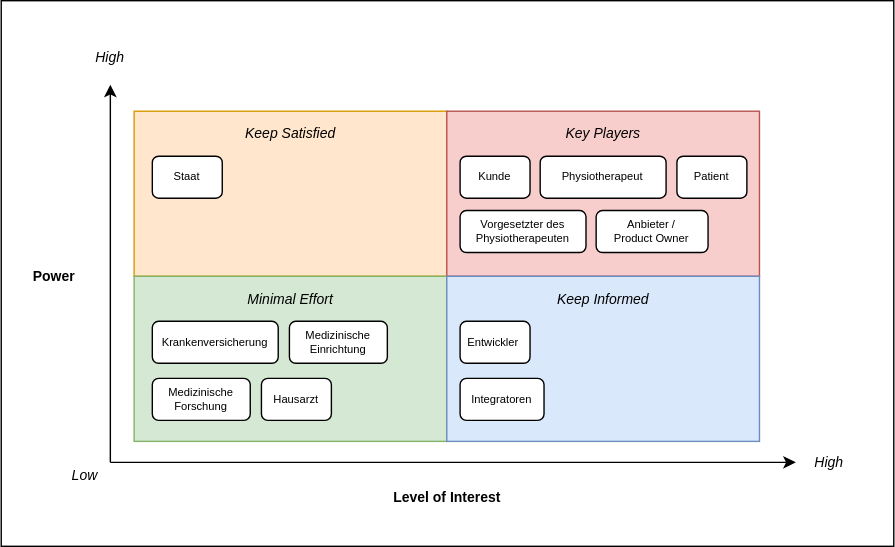
Above: brainstorming_mk/stakeholder_powergrid.svg in markuskaufmann/CAS_SA_Transfer (draw.io), before the change. Source tidied: cells renumbered, new cells last; positions are measured from the earlier drawing's top-left corner, leaving out a move shared by most shapes. Its diagram source:
```xml
<mxGraphModel>
  <root>
    <mxCell id="0" />
    <mxCell id="1" parent="0" />
    <mxCell id="2" style="rounded=0;whiteSpace=wrap;html=1;fontSize=10;" parent="1" vertex="1">
      <mxGeometry width="638" height="390" as="geometry" />
    </mxCell>
    <mxCell id="3" style="group;" parent="1" vertex="1">
      <mxGeometry x="8" y="25" width="609" height="345" as="geometry" />
    </mxCell>
    <mxCell id="4" style="endArrow=classic;html=1;rounded=0;strokeWidth=1;startArrow=none;startFill=0;endFill=1;" parent="3" edge="1">
      <mxGeometry relative="1" as="geometry">
        <mxPoint x="70" y="305" as="sourcePoint" />
        <mxPoint x="70" y="35" as="targetPoint" />
      </mxGeometry>
    </mxCell>
    <mxCell id="5" style="endArrow=classic;html=1;rounded=0;endFill=1;" parent="3" edge="1">
      <mxGeometry relative="1" as="geometry">
        <mxPoint x="70" y="305" as="sourcePoint" />
        <mxPoint x="560" y="305" as="targetPoint" />
      </mxGeometry>
    </mxCell>
    <mxCell id="6" value="Level of Interest" style="text;html=1;strokeColor=none;fillColor=none;align=center;verticalAlign=middle;whiteSpace=wrap;rounded=0;fontSize=10;fontStyle=1;" parent="3" vertex="1">
      <mxGeometry x="241.5" y="315" width="138" height="30" as="geometry" />
    </mxCell>
    <mxCell id="7" value="Power" style="text;html=1;strokeColor=none;fillColor=none;align=center;verticalAlign=middle;whiteSpace=wrap;rounded=0;fontSize=10;fontStyle=1;" parent="3" vertex="1">
      <mxGeometry y="157" width="60" height="30" as="geometry" />
    </mxCell>
    <mxCell id="8" value="Low" style="text;html=1;strokeColor=none;fillColor=none;align=center;verticalAlign=middle;whiteSpace=wrap;rounded=0;fontSize=10;fontStyle=2;" parent="3" vertex="1">
      <mxGeometry x="27" y="299" width="50" height="30" as="geometry" />
    </mxCell>
    <mxCell id="9" value="High" style="text;html=1;strokeColor=none;fillColor=none;align=center;verticalAlign=middle;whiteSpace=wrap;rounded=0;fontSize=10;fontStyle=2;" parent="3" vertex="1">
      <mxGeometry x="45" width="50" height="30" as="geometry" />
    </mxCell>
    <mxCell id="10" value="High" style="text;html=1;strokeColor=none;fillColor=none;align=center;verticalAlign=middle;whiteSpace=wrap;rounded=0;fontSize=10;fontStyle=2;" parent="3" vertex="1">
      <mxGeometry x="559" y="295" width="50" height="20" as="geometry" />
    </mxCell>
    <mxCell id="11" style="group;" parent="1" vertex="1">
      <mxGeometry x="95" y="79" width="473" height="236" as="geometry" />
    </mxCell>
    <mxCell id="12" style="rounded=0;whiteSpace=wrap;html=1;fillColor=#ffe6cc;strokeColor=#d79b00;" parent="11" vertex="1">
      <mxGeometry width="223.5" height="118" as="geometry" />
    </mxCell>
    <mxCell id="13" style="rounded=0;whiteSpace=wrap;html=1;fillColor=#d5e8d4;strokeColor=#82b366;" parent="11" vertex="1">
      <mxGeometry y="118" width="223.5" height="118" as="geometry" />
    </mxCell>
    <mxCell id="14" style="rounded=0;whiteSpace=wrap;html=1;fillColor=#f8cecc;strokeColor=#b85450;" parent="11" vertex="1">
      <mxGeometry x="223.5" width="223.5" height="118" as="geometry" />
    </mxCell>
    <mxCell id="15" style="rounded=0;whiteSpace=wrap;html=1;fillColor=#dae8fc;strokeColor=#6c8ebf;" parent="11" vertex="1">
      <mxGeometry x="223.5" y="118" width="223.5" height="118" as="geometry" />
    </mxCell>
    <mxCell id="16" value="Keep Satisfied" style="text;html=1;strokeColor=none;fillColor=none;align=center;verticalAlign=middle;whiteSpace=wrap;rounded=0;fontSize=10;fontStyle=2;" parent="11" vertex="1">
      <mxGeometry x="66.8" width="90" height="32.2" as="geometry" />
    </mxCell>
    <mxCell id="17" value="Key Players" style="text;html=1;strokeColor=none;fillColor=none;align=center;verticalAlign=middle;whiteSpace=wrap;rounded=0;fontSize=10;fontStyle=2;" parent="11" vertex="1">
      <mxGeometry x="297" width="76.5" height="32.2" as="geometry" />
    </mxCell>
    <mxCell id="18" value="Minimal Effort" style="text;html=1;strokeColor=none;fillColor=none;align=center;verticalAlign=middle;whiteSpace=wrap;rounded=0;fontSize=10;fontStyle=2;" parent="11" vertex="1">
      <mxGeometry x="68" y="118" width="87.5" height="32.2" as="geometry" />
    </mxCell>
    <mxCell id="19" value="Keep Informed" style="text;html=1;strokeColor=none;fillColor=none;align=center;verticalAlign=middle;whiteSpace=wrap;rounded=0;fontSize=10;fontStyle=2;" parent="11" vertex="1">
      <mxGeometry x="292" y="118" width="86.5" height="32.2" as="geometry" />
    </mxCell>
    <mxCell id="20" value="Physiotherapeut" style="rounded=1;whiteSpace=wrap;html=1;fontSize=8;" parent="11" vertex="1">
      <mxGeometry x="290.2" y="32.2" width="90" height="30" as="geometry" />
    </mxCell>
    <mxCell id="21" value="Kunde" style="rounded=1;whiteSpace=wrap;html=1;fontSize=8;" parent="11" vertex="1">
      <mxGeometry x="233" y="32.2" width="50" height="30" as="geometry" />
    </mxCell>
    <mxCell id="22" value="Vorgesetzter des&lt;br style=&quot;font-size: 8px;&quot;&gt;Physiotherapeuten" style="rounded=1;whiteSpace=wrap;html=1;fontSize=8;" parent="11" vertex="1">
      <mxGeometry x="233" y="71" width="90" height="30" as="geometry" />
    </mxCell>
    <mxCell id="23" value="Staat" style="rounded=1;whiteSpace=wrap;html=1;fontSize=8;" parent="11" vertex="1">
      <mxGeometry x="13" y="32.2" width="50" height="30" as="geometry" />
    </mxCell>
    <mxCell id="24" value="Krankenversicherung" style="rounded=1;whiteSpace=wrap;html=1;fontSize=8;" parent="11" vertex="1">
      <mxGeometry x="13" y="150.2" width="90" height="30" as="geometry" />
    </mxCell>
    <mxCell id="25" value="Medizinische&lt;br&gt;Forschung" style="rounded=1;whiteSpace=wrap;html=1;fontSize=8;" parent="11" vertex="1">
      <mxGeometry x="13" y="191" width="70" height="30" as="geometry" />
    </mxCell>
    <mxCell id="26" value="Medizinische&lt;br&gt;Einrichtung" style="rounded=1;whiteSpace=wrap;html=1;fontSize=8;" parent="11" vertex="1">
      <mxGeometry x="111" y="150.2" width="70" height="30" as="geometry" />
    </mxCell>
    <mxCell id="27" value="Hausarzt" style="rounded=1;whiteSpace=wrap;html=1;fontSize=8;" parent="11" vertex="1">
      <mxGeometry x="91" y="191" width="50" height="30" as="geometry" />
    </mxCell>
    <mxCell id="28" value="Entwickler&amp;nbsp;" style="rounded=1;whiteSpace=wrap;html=1;fontSize=8;" parent="11" vertex="1">
      <mxGeometry x="233" y="150.2" width="50" height="30" as="geometry" />
    </mxCell>
    <mxCell id="29" value="Integratoren" style="rounded=1;whiteSpace=wrap;html=1;fontSize=8;" parent="11" vertex="1">
      <mxGeometry x="233" y="191" width="60" height="30" as="geometry" />
    </mxCell>
    <mxCell id="30" value="Anbieter /&lt;br&gt;Product Owner" style="rounded=1;whiteSpace=wrap;html=1;fontSize=8;" parent="11" vertex="1">
      <mxGeometry x="330.2" y="71" width="80" height="30" as="geometry" />
    </mxCell>
    <mxCell id="31" value="Patient" style="rounded=1;whiteSpace=wrap;html=1;fontSize=8;" parent="11" vertex="1">
      <mxGeometry x="388" y="32.2" width="50" height="30" as="geometry" />
    </mxCell>
  </root>
</mxGraphModel>
```
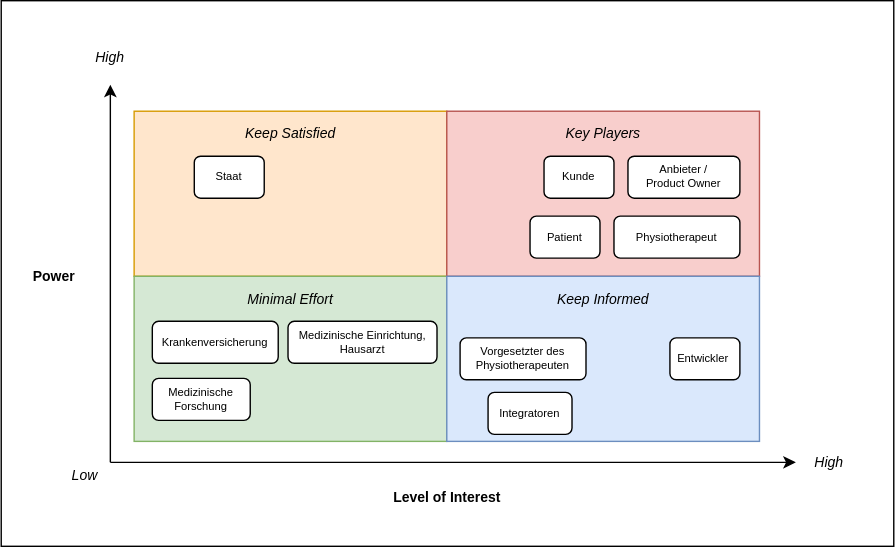
Later version of the same file.

What changed in the source:
```diff
@@ -63,16 +63,16 @@
       <mxGeometry x="292" y="118" width="86.5" height="32.2" as="geometry" />
     </mxCell>
     <mxCell id="20" value="Physiotherapeut" style="rounded=1;whiteSpace=wrap;html=1;fontSize=8;" parent="11" vertex="1">
-      <mxGeometry x="290.2" y="32.2" width="90" height="30" as="geometry" />
+      <mxGeometry x="343" y="75" width="90" height="30" as="geometry" />
     </mxCell>
     <mxCell id="21" value="Kunde" style="rounded=1;whiteSpace=wrap;html=1;fontSize=8;" parent="11" vertex="1">
-      <mxGeometry x="233" y="32.2" width="50" height="30" as="geometry" />
+      <mxGeometry x="293" y="32.2" width="50" height="30" as="geometry" />
     </mxCell>
     <mxCell id="22" value="Vorgesetzter des&lt;br style=&quot;font-size: 8px;&quot;&gt;Physiotherapeuten" style="rounded=1;whiteSpace=wrap;html=1;fontSize=8;" parent="11" vertex="1">
-      <mxGeometry x="233" y="71" width="90" height="30" as="geometry" />
+      <mxGeometry x="233" y="162" width="90" height="30" as="geometry" />
     </mxCell>
     <mxCell id="23" value="Staat" style="rounded=1;whiteSpace=wrap;html=1;fontSize=8;" parent="11" vertex="1">
-      <mxGeometry x="13" y="32.2" width="50" height="30" as="geometry" />
+      <mxGeometry x="43" y="32.2" width="50" height="30" as="geometry" />
     </mxCell>
     <mxCell id="24" value="Krankenversicherung" style="rounded=1;whiteSpace=wrap;html=1;fontSize=8;" parent="11" vertex="1">
       <mxGeometry x="13" y="150.2" width="90" height="30" as="geometry" />
@@ -80,23 +80,20 @@
     <mxCell id="25" value="Medizinische&lt;br&gt;Forschung" style="rounded=1;whiteSpace=wrap;html=1;fontSize=8;" parent="11" vertex="1">
       <mxGeometry x="13" y="191" width="70" height="30" as="geometry" />
     </mxCell>
-    <mxCell id="26" value="Medizinische&lt;br&gt;Einrichtung" style="rounded=1;whiteSpace=wrap;html=1;fontSize=8;" parent="11" vertex="1">
-      <mxGeometry x="111" y="150.2" width="70" height="30" as="geometry" />
-    </mxCell>
-    <mxCell id="27" value="Hausarzt" style="rounded=1;whiteSpace=wrap;html=1;fontSize=8;" parent="11" vertex="1">
-      <mxGeometry x="91" y="191" width="50" height="30" as="geometry" />
-    </mxCell>
     <mxCell id="28" value="Entwickler&amp;nbsp;" style="rounded=1;whiteSpace=wrap;html=1;fontSize=8;" parent="11" vertex="1">
-      <mxGeometry x="233" y="150.2" width="50" height="30" as="geometry" />
+      <mxGeometry x="383" y="162" width="50" height="30" as="geometry" />
     </mxCell>
     <mxCell id="29" value="Integratoren" style="rounded=1;whiteSpace=wrap;html=1;fontSize=8;" parent="11" vertex="1">
-      <mxGeometry x="233" y="191" width="60" height="30" as="geometry" />
+      <mxGeometry x="253" y="201" width="60" height="30" as="geometry" />
     </mxCell>
     <mxCell id="30" value="Anbieter /&lt;br&gt;Product Owner" style="rounded=1;whiteSpace=wrap;html=1;fontSize=8;" parent="11" vertex="1">
-      <mxGeometry x="330.2" y="71" width="80" height="30" as="geometry" />
+      <mxGeometry x="353" y="32.2" width="80" height="30" as="geometry" />
     </mxCell>
     <mxCell id="31" value="Patient" style="rounded=1;whiteSpace=wrap;html=1;fontSize=8;" parent="11" vertex="1">
-      <mxGeometry x="388" y="32.2" width="50" height="30" as="geometry" />
+      <mxGeometry x="283" y="75" width="50" height="30" as="geometry" />
     </mxCell>
+    <mxCell id="32" value="Medizinische Einrichtung,&lt;br&gt;Hausarzt" style="rounded=1;whiteSpace=wrap;html=1;fontSize=8;" parent="11" vertex="1">
+      <mxGeometry x="110" y="150.2" width="106.5" height="30" as="geometry" />
+    </mxCell>
   </root>
 </mxGraphModel>
```
